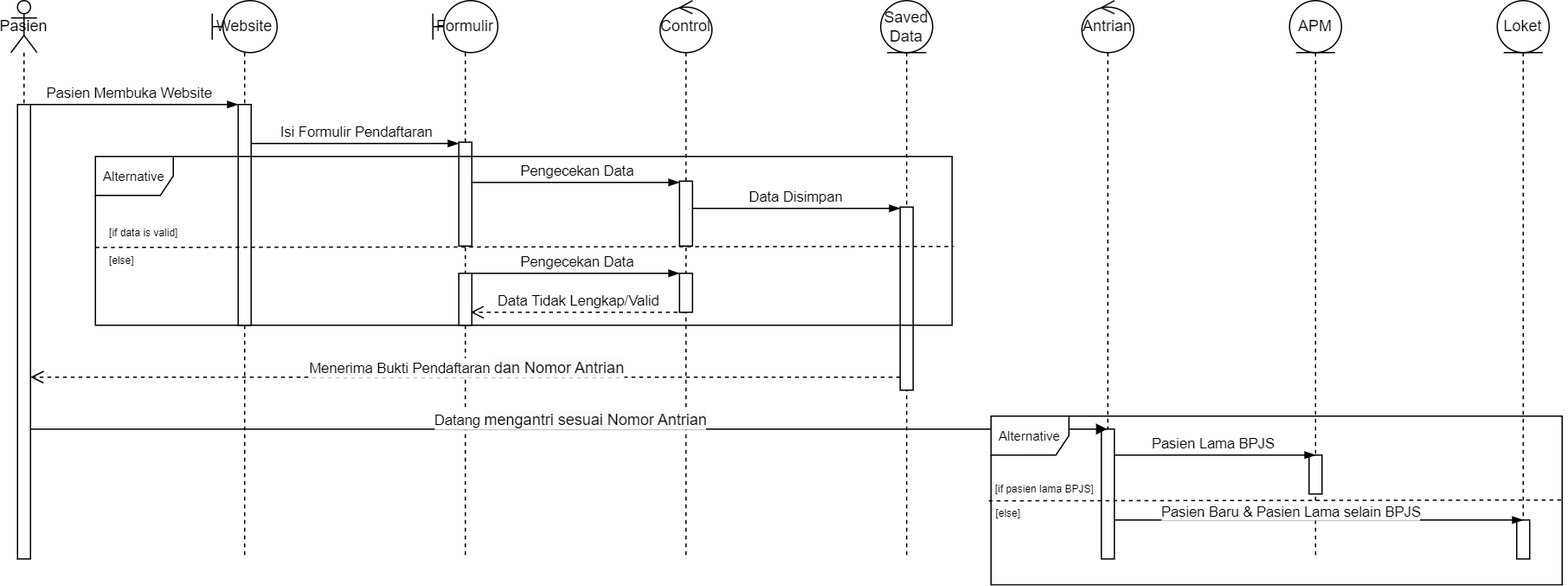
This is Flowchart KlinikGo-Sequence.drawio.png from riotryulianto/PBI-system-analyst, a draw.io export, as it was before one commit. Source tidied: cells renumbered, new cells last; positions are measured from the earlier drawing's top-left corner, leaving out a move shared by most shapes.
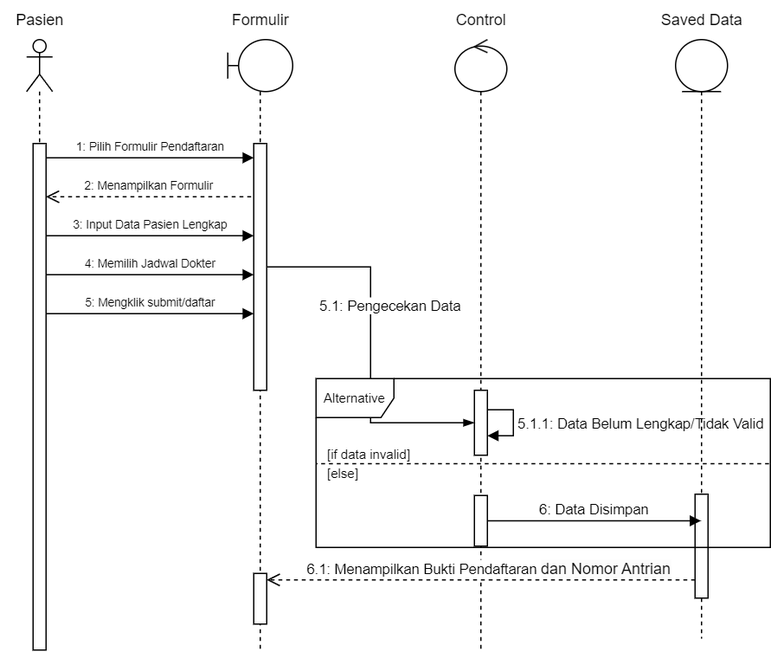
The same diagram one commit later.

The edit, as a diff of the source:
```diff
@@ -2,190 +2,105 @@
   <root>
     <mxCell id="0" />
     <mxCell id="1" parent="0" />
-    <mxCell id="2" value="Pasien" style="shape=umlLifeline;perimeter=lifelinePerimeter;whiteSpace=wrap;html=1;newEdgeStyle={&quot;curved&quot;:0,&quot;rounded&quot;:0};participant=umlActor;size=40;" parent="1" vertex="1">
-      <mxGeometry width="20" height="430" as="geometry" />
+    <mxCell id="2" style="shape=umlLifeline;perimeter=lifelinePerimeter;whiteSpace=wrap;html=1;newEdgeStyle={&quot;curved&quot;:0,&quot;rounded&quot;:0};participant=umlActor;size=40;" parent="1" vertex="1">
+      <mxGeometry x="170" width="20" height="471" as="geometry" />
     </mxCell>
     <mxCell id="3" style="html=1;points=[[0,0,0,0,5],[0,1,0,0,-5],[1,0,0,0,5],[1,1,0,0,-5]];perimeter=orthogonalPerimeter;outlineConnect=0;targetShapes=umlLifeline;portConstraint=eastwest;newEdgeStyle={&quot;curved&quot;:0,&quot;rounded&quot;:0};" parent="2" vertex="1">
-      <mxGeometry x="5" y="80" width="10" height="350" as="geometry" />
+      <mxGeometry x="5" y="80" width="10" height="390" as="geometry" />
     </mxCell>
-    <mxCell id="4" value="Website" style="shape=umlLifeline;perimeter=lifelinePerimeter;whiteSpace=wrap;html=1;newEdgeStyle={&quot;curved&quot;:0,&quot;rounded&quot;:0};participant=umlBoundary;size=40;" parent="1" vertex="1">
-      <mxGeometry x="155" width="50" height="430" as="geometry" />
-    </mxCell>
-    <mxCell id="5" style="html=1;perimeter=orthogonalPerimeter;targetShapes=umlLifeline;newEdgeStyle={&quot;curved&quot;:0,&quot;rounded&quot;:0};" parent="4" vertex="1">
-      <mxGeometry x="20" y="80" width="10" height="170" as="geometry" />
-    </mxCell>
-    <mxCell id="6" value="Control" style="shape=umlLifeline;perimeter=lifelinePerimeter;whiteSpace=wrap;html=1;newEdgeStyle={&quot;curved&quot;:0,&quot;rounded&quot;:0};participant=umlControl;" parent="1" vertex="1">
-      <mxGeometry x="500" width="40" height="430" as="geometry" />
+    <mxCell id="6" style="shape=umlLifeline;perimeter=lifelinePerimeter;whiteSpace=wrap;html=1;newEdgeStyle={&quot;curved&quot;:0,&quot;rounded&quot;:0};participant=umlControl;" parent="1" vertex="1">
+      <mxGeometry x="500" width="40" height="471" as="geometry" />
     </mxCell>
     <mxCell id="7" style="html=1;points=[[0,0,0,0,5],[0,1,0,0,-5],[1,0,0,0,5],[1,1,0,0,-5]];perimeter=orthogonalPerimeter;outlineConnect=0;targetShapes=umlLifeline;portConstraint=eastwest;newEdgeStyle={&quot;curved&quot;:0,&quot;rounded&quot;:0};" parent="6" vertex="1">
-      <mxGeometry x="15" y="139" width="10" height="50" as="geometry" />
+      <mxGeometry x="15" y="270" width="10" height="50" as="geometry" />
     </mxCell>
-    <mxCell id="8" style="html=1;perimeter=orthogonalPerimeter;targetShapes=umlLifeline;newEdgeStyle={&quot;curved&quot;:0,&quot;rounded&quot;:0};" parent="6" vertex="1">
-      <mxGeometry x="15" y="210" width="10" height="30" as="geometry" />
-    </mxCell>
+    <mxCell id="47" value="5.1.1: Data Belum Lengkap/Tidak Valid" style="html=1;verticalAlign=bottom;endArrow=block;curved=0;rounded=0;" parent="6" edge="1" source="7" target="7">
+      <mxGeometry x="0.33" y="-98" relative="1" as="geometry">
+        <mxPoint x="98" y="98" as="offset" />
+      </mxGeometry>
+    </mxCell>
+    <mxCell id="48" style="html=1;points=[[0,0,0,0,5],[0,1,0,0,-5],[1,0,0,0,5],[1,1,0,0,-5]];perimeter=orthogonalPerimeter;outlineConnect=0;targetShapes=umlLifeline;portConstraint=eastwest;newEdgeStyle={&quot;curved&quot;:0,&quot;rounded&quot;:0};" parent="6" vertex="1">
+      <mxGeometry x="15" y="351" width="10" height="39" as="geometry" />
+    </mxCell>
-    <mxCell id="9" value="Formulir" style="shape=umlLifeline;perimeter=lifelinePerimeter;whiteSpace=wrap;html=1;newEdgeStyle={&quot;curved&quot;:0,&quot;rounded&quot;:0};participant=umlBoundary;" parent="1" vertex="1">
-      <mxGeometry x="325" width="50" height="430" as="geometry" />
+    <mxCell id="9" style="shape=umlLifeline;perimeter=lifelinePerimeter;whiteSpace=wrap;html=1;newEdgeStyle={&quot;curved&quot;:0,&quot;rounded&quot;:0};participant=umlBoundary;" parent="1" vertex="1">
+      <mxGeometry x="325" width="50" height="471" as="geometry" />
     </mxCell>
     <mxCell id="10" style="html=1;points=[[0,0,0,0,5],[0,1,0,0,-5],[1,0,0,0,5],[1,1,0,0,-5]];perimeter=orthogonalPerimeter;outlineConnect=0;targetShapes=umlLifeline;portConstraint=eastwest;newEdgeStyle={&quot;curved&quot;:0,&quot;rounded&quot;:0};" parent="9" vertex="1">
-      <mxGeometry x="20" y="109" width="10" height="80" as="geometry" />
+      <mxGeometry x="20" y="80" width="10" height="190" as="geometry" />
     </mxCell>
-    <mxCell id="11" style="html=1;perimeter=orthogonalPerimeter;targetShapes=umlLifeline;newEdgeStyle={&quot;curved&quot;:0,&quot;rounded&quot;:0};" parent="9" vertex="1">
-      <mxGeometry x="20" y="210" width="10" height="40" as="geometry" />
-    </mxCell>
+    <mxCell id="49" style="html=1;points=[[0,0,0,0,5],[0,1,0,0,-5],[1,0,0,0,5],[1,1,0,0,-5]];perimeter=orthogonalPerimeter;outlineConnect=0;targetShapes=umlLifeline;portConstraint=eastwest;newEdgeStyle={&quot;curved&quot;:0,&quot;rounded&quot;:0};" parent="9" vertex="1">
+      <mxGeometry x="20" y="411" width="10" height="39" as="geometry" />
+    </mxCell>
-    <mxCell id="12" value="Saved Data" style="shape=umlLifeline;perimeter=lifelinePerimeter;whiteSpace=wrap;html=1;outlineConnect=0;portConstraint=eastwest;newEdgeStyle={&quot;curved&quot;:0,&quot;rounded&quot;:0};participant=umlEntity;" parent="1" vertex="1">
-      <mxGeometry x="670" width="40" height="430" as="geometry" />
+    <mxCell id="12" style="shape=umlLifeline;perimeter=lifelinePerimeter;whiteSpace=wrap;html=1;outlineConnect=0;portConstraint=eastwest;newEdgeStyle={&quot;curved&quot;:0,&quot;rounded&quot;:0};participant=umlEntity;" parent="1" vertex="1">
+      <mxGeometry x="670" width="40" height="461" as="geometry" />
     </mxCell>
     <mxCell id="13" style="html=1;points=[[0,0,0,0,5],[0,1,0,0,-5],[1,0,0,0,5],[1,1,0,0,-5]];perimeter=orthogonalPerimeter;outlineConnect=0;targetShapes=umlLifeline;portConstraint=eastwest;newEdgeStyle={&quot;curved&quot;:0,&quot;rounded&quot;:0};" parent="12" vertex="1">
-      <mxGeometry x="15" y="159" width="10" height="141" as="geometry" />
+      <mxGeometry x="15" y="350" width="10" height="80" as="geometry" />
     </mxCell>
-    <mxCell id="14" style="edgeStyle=elbowEdgeStyle;fontSize=12;html=1;endArrow=blockThin;endFill=1;rounded=0;" parent="1" edge="1">
-      <mxGeometry relative="1" as="geometry">
-        <mxPoint x="15" y="80" as="sourcePoint" />
-        <mxPoint x="175" y="80" as="targetPoint" />
-      </mxGeometry>
-    </mxCell>
-    <mxCell id="15" value="Pasien Membuka Website" style="edgeLabel;html=1;align=center;verticalAlign=middle;" parent="14" vertex="1">
-      <mxGeometry x="-0.46" y="1" relative="1" as="geometry">
-        <mxPoint x="32" y="-9" as="offset" />
-      </mxGeometry>
-    </mxCell>
-    <mxCell id="16" style="edgeStyle=elbowEdgeStyle;fontSize=12;html=1;endArrow=blockThin;endFill=1;rounded=0;" parent="1" edge="1">
-      <mxGeometry relative="1" as="geometry">
-        <mxPoint x="185" y="110" as="sourcePoint" />
-        <mxPoint x="345" y="110" as="targetPoint" />
-      </mxGeometry>
-    </mxCell>
-    <mxCell id="17" value="Isi Formulir Pendaftaran" style="edgeLabel;html=1;align=center;verticalAlign=middle;" parent="16" vertex="1">
-      <mxGeometry x="-0.4" y="-2" relative="1" as="geometry">
-        <mxPoint x="32" y="-12" as="offset" />
-      </mxGeometry>
-    </mxCell>
-    <mxCell id="18" style="edgeStyle=elbowEdgeStyle;fontSize=12;html=1;endArrow=blockThin;endFill=1;rounded=0;" parent="1" edge="1">
-      <mxGeometry relative="1" as="geometry">
-        <mxPoint x="355" y="140" as="sourcePoint" />
-        <mxPoint x="515" y="140" as="targetPoint" />
-      </mxGeometry>
+    <mxCell id="18" style="edgeStyle=elbowEdgeStyle;fontSize=12;html=1;endArrow=blockThin;endFill=1;rounded=0;" parent="1" edge="1" source="10" target="7">
+      <mxGeometry relative="1" as="geometry" />
     </mxCell>
-    <mxCell id="19" value="Pengecekan Data" style="edgeLabel;html=1;align=center;verticalAlign=middle;" parent="18" vertex="1">
+    <mxCell id="19" value="5.1: Pengecekan Data" style="edgeLabel;html=1;align=center;verticalAlign=middle;" parent="18" vertex="1">
       <mxGeometry x="-0.16" y="1" relative="1" as="geometry">
         <mxPoint x="13" y="-9" as="offset" />
       </mxGeometry>
     </mxCell>
-    <mxCell id="20" style="edgeStyle=elbowEdgeStyle;fontSize=12;html=1;endArrow=blockThin;endFill=1;rounded=0;" parent="1" edge="1">
-      <mxGeometry relative="1" as="geometry">
-        <mxPoint x="525" y="160" as="sourcePoint" />
-        <mxPoint x="685" y="160" as="targetPoint" />
-      </mxGeometry>
-    </mxCell>
-    <mxCell id="21" value="Data Disimpan&amp;nbsp;" style="edgeLabel;html=1;align=center;verticalAlign=middle;" parent="20" vertex="1">
-      <mxGeometry x="-0.36" relative="1" as="geometry">
-        <mxPoint x="29" y="-10" as="offset" />
-      </mxGeometry>
-    </mxCell>
-    <mxCell id="22" style="edgeStyle=elbowEdgeStyle;fontSize=12;html=1;endArrow=blockThin;endFill=1;rounded=0;" parent="1" edge="1">
-      <mxGeometry relative="1" as="geometry">
-        <mxPoint x="355" y="210" as="sourcePoint" />
-        <mxPoint x="515" y="210" as="targetPoint" />
-      </mxGeometry>
-    </mxCell>
-    <mxCell id="23" value="Pengecekan Data" style="edgeLabel;html=1;align=center;verticalAlign=middle;" parent="22" vertex="1">
-      <mxGeometry x="-0.26" y="2" relative="1" as="geometry">
-        <mxPoint x="21" y="-8" as="offset" />
-      </mxGeometry>
-    </mxCell>
-    <mxCell id="24" value="Data Tidak Lengkap/Valid" style="html=1;verticalAlign=bottom;endArrow=open;dashed=1;endSize=8;curved=0;rounded=0;" parent="1" edge="1">
-      <mxGeometry relative="1" as="geometry">
-        <mxPoint x="519.5" y="240" as="sourcePoint" />
-        <mxPoint x="354" y="240" as="targetPoint" />
-      </mxGeometry>
-    </mxCell>
     <mxCell id="25" value="&lt;font style=&quot;font-size: 10px;&quot;&gt;Alternative&lt;/font&gt;" style="shape=umlFrame;whiteSpace=wrap;html=1;" parent="1" vertex="1">
-      <mxGeometry x="65" y="120" width="660" height="130" as="geometry" />
+      <mxGeometry x="393" y="261" width="350" height="130" as="geometry" />
     </mxCell>
-    <mxCell id="26" style="endArrow=none;dashed=1;html=1;rounded=0;exitX=0.001;exitY=0.003;exitDx=0;exitDy=0;exitPerimeter=0;entryX=1.002;entryY=0.533;entryDx=0;entryDy=0;entryPerimeter=0;" parent="1" edge="1" source="28" target="25">
-      <mxGeometry relative="1" as="geometry" />
-    </mxCell>
-    <mxCell id="27" value="[if data is valid]" style="text;html=1;align=center;verticalAlign=middle;strokeColor=none;fillColor=none;fontSize=8;" parent="1" vertex="1">
-      <mxGeometry x="62" y="169" width="80" height="20" as="geometry" />
-    </mxCell>
-    <mxCell id="28" value="[else]" style="text;html=1;align=center;verticalAlign=middle;points=[];strokeColor=none;fillColor=none;fontSize=8;" parent="1" vertex="1">
-      <mxGeometry x="65" y="190" width="40" height="20" as="geometry" />
-    </mxCell>
-    <mxCell id="29" style="html=1;verticalAlign=bottom;endArrow=open;dashed=1;endSize=8;curved=0;rounded=0;" parent="1" edge="1" target="3">
-      <mxGeometry relative="1" as="geometry">
-        <mxPoint x="685" y="290" as="sourcePoint" />
-      </mxGeometry>
+    <mxCell id="29" style="html=1;verticalAlign=bottom;endArrow=open;dashed=1;endSize=8;curved=0;rounded=0;entryX=1;entryY=0;entryDx=0;entryDy=5;entryPerimeter=0;" parent="1" edge="1" source="13" target="49">
+      <mxGeometry relative="1" as="geometry" />
     </mxCell>
-    <mxCell id="30" value="Menerima Bukti Pendaftaran&amp;nbsp;&lt;span style=&quot;font-size: 12px; background-color: rgb(251, 251, 251);&quot;&gt;dan Nomor Antrian&lt;/span&gt;" style="edgeLabel;html=1;align=center;verticalAlign=middle;" parent="29" vertex="1">
+    <mxCell id="30" value="6.1: Menampilkan Bukti Pendaftaran&amp;nbsp;&lt;span style=&quot;font-size: 12px; background-color: rgb(251, 251, 251);&quot;&gt;dan Nomor Antrian&lt;/span&gt;" style="edgeLabel;html=1;align=center;verticalAlign=middle;" parent="29" vertex="1">
       <mxGeometry relative="1" as="geometry">
-        <mxPoint y="-8" as="offset" />
+        <mxPoint x="5" y="-9" as="offset" />
       </mxGeometry>
     </mxCell>
-    <mxCell id="31" value="Antrian" style="shape=umlLifeline;whiteSpace=wrap;html=1;outlineConnect=0;portConstraint=eastwest;newEdgeStyle={&quot;curved&quot;:0,&quot;rounded&quot;:0};participant=umlControl;perimeter=lifelinePerimeter;" parent="1" vertex="1">
-      <mxGeometry x="825" width="40" height="430" as="geometry" />
-    </mxCell>
-    <mxCell id="32" style="html=1;points=[[0,0,0,0,5],[0,1,0,0,-5],[1,0,0,0,5],[1,1,0,0,-5]];perimeter=orthogonalPerimeter;outlineConnect=0;targetShapes=umlLifeline;portConstraint=eastwest;newEdgeStyle={&quot;curved&quot;:0,&quot;rounded&quot;:0};" parent="31" vertex="1">
-      <mxGeometry x="15" y="330" width="10" height="100" as="geometry" />
-    </mxCell>
-    <mxCell id="33" style="html=1;verticalAlign=bottom;endArrow=block;curved=0;rounded=0;" parent="1" edge="1" target="31">
-      <mxGeometry relative="1" as="geometry">
-        <mxPoint x="15" y="330" as="sourcePoint" />
-      </mxGeometry>
-    </mxCell>
-    <mxCell id="34" value="Datang&amp;nbsp;&lt;span style=&quot;font-size: 12px; background-color: rgb(251, 251, 251);&quot;&gt;mengantri sesuai&amp;nbsp;&lt;/span&gt;&lt;span style=&quot;font-size: 12px; background-color: rgb(251, 251, 251);&quot;&gt;Nomor Antrian&lt;/span&gt;" style="edgeLabel;html=1;align=center;verticalAlign=middle;" parent="33" vertex="1">
-      <mxGeometry relative="1" as="geometry">
-        <mxPoint y="-8" as="offset" />
-      </mxGeometry>
-    </mxCell>
-    <mxCell id="35" value="APM" style="shape=umlLifeline;perimeter=lifelinePerimeter;whiteSpace=wrap;html=1;newEdgeStyle={&quot;curved&quot;:0,&quot;rounded&quot;:0};participant=umlEntity;" parent="1" vertex="1">
-      <mxGeometry x="985" width="40" height="430" as="geometry" />
-    </mxCell>
-    <mxCell id="36" style="html=1;perimeter=orthogonalPerimeter;targetShapes=umlLifeline;newEdgeStyle={&quot;curved&quot;:0,&quot;rounded&quot;:0};" parent="35" vertex="1">
-      <mxGeometry x="15" y="350" width="10" height="30" as="geometry" />
-    </mxCell>
-    <mxCell id="37" value="Loket" style="shape=umlLifeline;perimeter=lifelinePerimeter;whiteSpace=wrap;html=1;newEdgeStyle={&quot;curved&quot;:0,&quot;rounded&quot;:0};participant=umlEntity;" parent="1" vertex="1">
-      <mxGeometry x="1145" width="40" height="430" as="geometry" />
-    </mxCell>
-    <mxCell id="38" style="html=1;perimeter=orthogonalPerimeter;targetShapes=umlLifeline;newEdgeStyle={&quot;curved&quot;:0,&quot;rounded&quot;:0};" parent="37" vertex="1">
-      <mxGeometry x="15" y="400" width="10" height="30" as="geometry" />
-    </mxCell>
-    <mxCell id="39" style="edgeStyle=elbowEdgeStyle;fontSize=12;html=1;endArrow=blockThin;endFill=1;rounded=0;" parent="1" edge="1" source="32">
-      <mxGeometry relative="1" as="geometry">
-        <mxPoint x="1005" y="350" as="targetPoint" />
-        <Array as="points">
-          <mxPoint x="925" y="350" />
-        </Array>
-      </mxGeometry>
-    </mxCell>
-    <mxCell id="40" value="Pasien Lama BPJS" style="edgeLabel;html=1;align=center;verticalAlign=middle;" parent="39" vertex="1">
-      <mxGeometry x="-0.13" relative="1" as="geometry">
-        <mxPoint x="8" y="-10" as="offset" />
-      </mxGeometry>
-    </mxCell>
-    <mxCell id="41" style="edgeStyle=elbowEdgeStyle;fontSize=12;html=1;endArrow=blockThin;endFill=1;rounded=0;" parent="1" edge="1" source="32">
-      <mxGeometry relative="1" as="geometry">
-        <mxPoint x="1165" y="400" as="targetPoint" />
-        <Array as="points">
-          <mxPoint x="1004.5" y="400" />
-        </Array>
-      </mxGeometry>
-    </mxCell>
-    <mxCell id="42" value="Pasien Baru &amp;amp; Pasien Lama selain BPJS" style="edgeLabel;html=1;align=center;verticalAlign=middle;" parent="41" vertex="1">
-      <mxGeometry x="-0.23" y="-2" relative="1" as="geometry">
-        <mxPoint x="14" y="-9" as="offset" />
-      </mxGeometry>
-    </mxCell>
-    <mxCell id="43" value="&lt;font style=&quot;font-size: 10px;&quot;&gt;Alternative&lt;/font&gt;" style="shape=umlFrame;whiteSpace=wrap;html=1;" parent="1" vertex="1">
-      <mxGeometry x="755" y="320" width="440" height="130" as="geometry" />
-    </mxCell>
-    <mxCell id="44" style="endArrow=none;dashed=1;html=1;rounded=0;exitX=-0.004;exitY=0.502;exitDx=0;exitDy=0;exitPerimeter=0;entryX=1.005;entryY=0.497;entryDx=0;entryDy=0;entryPerimeter=0;" parent="1" edge="1" source="43" target="43">
-      <mxGeometry relative="1" as="geometry" />
-    </mxCell>
-    <mxCell id="45" value="&lt;font style=&quot;font-size: 8px;&quot;&gt;[if pasien lama BPJS]&lt;/font&gt;" style="text;html=1;align=center;verticalAlign=middle;strokeColor=none;fillColor=none;" parent="1" vertex="1">
-      <mxGeometry x="746" y="360" width="100" height="30" as="geometry" />
-    </mxCell>
-    <mxCell id="46" value="&lt;font style=&quot;font-size: 8px;&quot;&gt;[else]&lt;/font&gt;" style="text;html=1;align=center;verticalAlign=middle;strokeColor=none;fillColor=none;" parent="1" vertex="1">
-      <mxGeometry x="748" y="379" width="40" height="30" as="geometry" />
-    </mxCell>
+    <mxCell id="50" value="Pasien" style="text;html=1;align=center;verticalAlign=middle;strokeColor=none;fillColor=none;" parent="1" vertex="1">
+      <mxGeometry x="150" y="-30" width="60" height="30" as="geometry" />
+    </mxCell>
+    <mxCell id="51" value="Formulir" style="text;html=1;align=center;verticalAlign=middle;strokeColor=none;fillColor=none;" parent="1" vertex="1">
+      <mxGeometry x="315" y="-30" width="70" height="30" as="geometry" />
+    </mxCell>
+    <mxCell id="52" value="Control" style="text;html=1;align=center;verticalAlign=middle;strokeColor=none;fillColor=none;" parent="1" vertex="1">
+      <mxGeometry x="490" y="-30" width="60" height="30" as="geometry" />
+    </mxCell>
+    <mxCell id="53" value="Saved Data" style="text;html=1;align=center;verticalAlign=middle;strokeColor=none;fillColor=none;" parent="1" vertex="1">
+      <mxGeometry x="645" y="-30" width="90" height="30" as="geometry" />
+    </mxCell>
+    <mxCell id="54" value="&lt;font style=&quot;font-size: 9px;&quot;&gt;2: Menampilkan Formulir&lt;/font&gt;" style="html=1;verticalAlign=bottom;endArrow=open;dashed=1;endSize=8;curved=0;rounded=0;" parent="1" edge="1" target="3">
+      <mxGeometry relative="1" as="geometry">
+        <mxPoint x="343" y="121" as="sourcePoint" />
+      </mxGeometry>
+    </mxCell>
+    <mxCell id="55" value="&lt;font style=&quot;font-size: 9px;&quot;&gt;1: Pilih Formulir Pendaftaran&lt;/font&gt;" style="html=1;verticalAlign=bottom;endArrow=block;curved=0;rounded=0;" parent="1" edge="1" target="10">
+      <mxGeometry relative="1" as="geometry">
+        <mxPoint x="185" y="91" as="sourcePoint" />
+      </mxGeometry>
+    </mxCell>
+    <mxCell id="56" value="&lt;font style=&quot;font-size: 9px;&quot;&gt;3: Input Data Pasien Lengkap&lt;/font&gt;" style="html=1;verticalAlign=bottom;endArrow=block;curved=0;rounded=0;" parent="1" edge="1" target="10">
+      <mxGeometry relative="1" as="geometry">
+        <mxPoint x="185" y="151" as="sourcePoint" />
+      </mxGeometry>
+    </mxCell>
+    <mxCell id="57" value="&lt;font style=&quot;font-size: 9px;&quot;&gt;4: Memilih Jadwal Dokter&lt;/font&gt;" style="html=1;verticalAlign=bottom;endArrow=block;curved=0;rounded=0;" parent="1" edge="1" target="10">
+      <mxGeometry relative="1" as="geometry">
+        <mxPoint x="185" y="181" as="sourcePoint" />
+      </mxGeometry>
+    </mxCell>
+    <mxCell id="58" value="&lt;font style=&quot;font-size: 9px;&quot;&gt;5: Mengklik submit/daftar&lt;/font&gt;" style="html=1;verticalAlign=bottom;endArrow=block;curved=0;rounded=0;" parent="1" edge="1" target="10">
+      <mxGeometry relative="1" as="geometry">
+        <mxPoint x="185" y="211" as="sourcePoint" />
+      </mxGeometry>
+    </mxCell>
+    <mxCell id="59" value="6: Data Disimpan" style="html=1;verticalAlign=bottom;endArrow=block;curved=0;rounded=0;" parent="1" edge="1" source="48" target="12">
+      <mxGeometry relative="1" as="geometry" />
+    </mxCell>
+    <mxCell id="60" style="endArrow=none;dashed=1;html=1;rounded=0;entryX=0.002;entryY=0.504;entryDx=0;entryDy=0;entryPerimeter=0;exitX=0.997;exitY=0.504;exitDx=0;exitDy=0;exitPerimeter=0;" parent="1" edge="1" source="25" target="25">
+      <mxGeometry relative="1" as="geometry" />
+    </mxCell>
+    <mxCell id="61" value="&lt;font style=&quot;font-size: 10px;&quot;&gt;[if data invalid]&lt;br&gt;[else]&lt;/font&gt;" style="text;html=1;align=left;verticalAlign=middle;strokeColor=none;fillColor=none;" parent="1" vertex="1">
+      <mxGeometry x="400" y="306" width="90" height="40" as="geometry" />
+    </mxCell>
   </root>
 </mxGraphModel>
```
